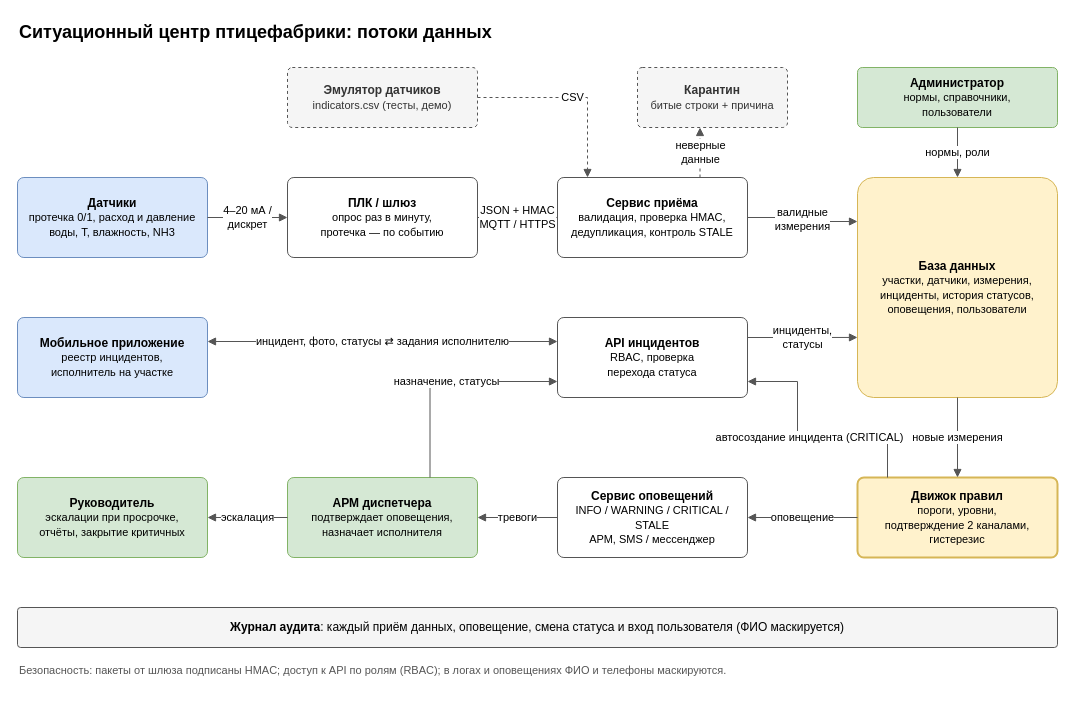
This is page "1. Потоки данных" (1 of 3) of diagrams/schemes.drawio from Gara00700/vpotoke-case4, a draw.io file, before an edit. Source tidied: cells renumbered, new cells numbered last; positions are measured from the earlier drawing's top-left corner, leaving out a move shared by most shapes. Both pictures are drawn from the tidied source at 100%, with x=0, y=0 at pixel (17, 17).
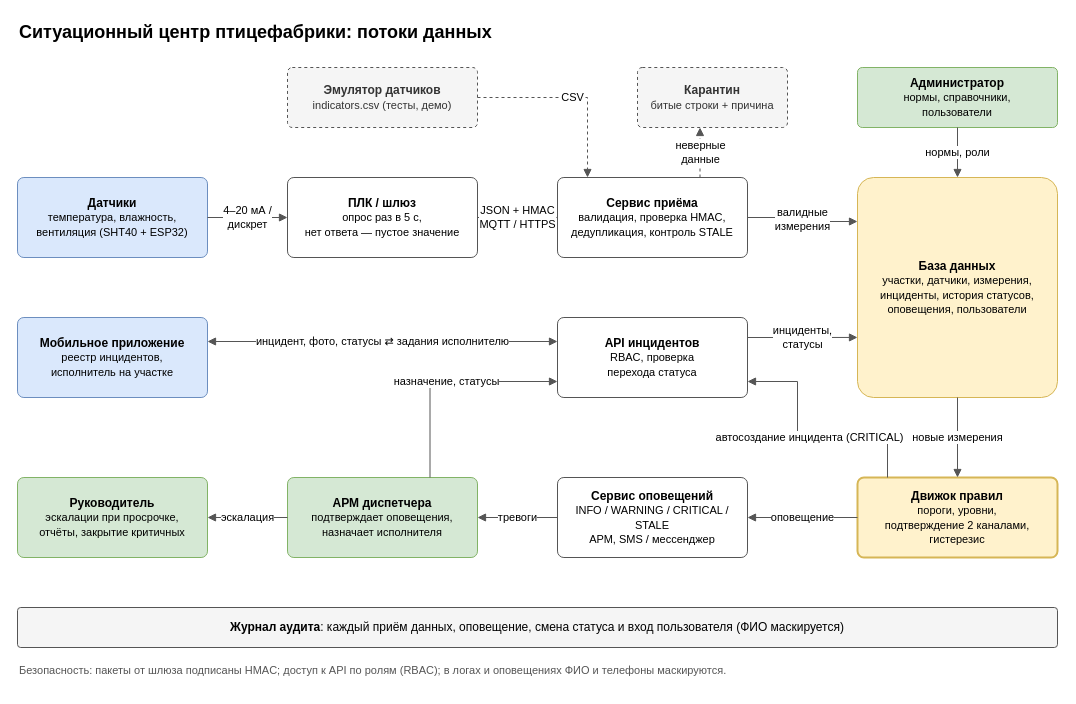
Above is the later version.

Change to the diagram source:
```diff
@@
-    <mxCell id="4" value="&lt;b&gt;Датчики&lt;/b&gt;&lt;br&gt;&lt;font style=&quot;font-size:11px&quot;&gt;протечка 0/1, расход и давление&lt;br&gt;воды, T, влажность, NH3&lt;/font&gt;" style="rounded=1;whiteSpace=wrap;html=1;arcSize=8;fontSize=12;strokeColor=#555555;fillColor=#ffffff;fillColor=#dae8fc;strokeColor=#6c8ebf;" parent="1" vertex="1">
+    <mxCell id="4" value="&lt;b&gt;Датчики&lt;/b&gt;&lt;br&gt;&lt;font style=&quot;font-size:11px&quot;&gt;температура, влажность,&lt;br&gt;вентиляция (SHT40 + ESP32)&lt;/font&gt;" style="rounded=1;whiteSpace=wrap;html=1;arcSize=8;fontSize=12;strokeColor=#555555;fillColor=#ffffff;fillColor=#dae8fc;strokeColor=#6c8ebf;" parent="1" vertex="1">
       <mxGeometry y="160" width="190" height="80" as="geometry" />
     </mxCell>
-    <mxCell id="5" value="&lt;b&gt;ПЛК / шлюз&lt;/b&gt;&lt;br&gt;&lt;font style=&quot;font-size:11px&quot;&gt;опрос раз в минуту,&lt;br&gt;протечка — по событию&lt;/font&gt;" style="rounded=1;whiteSpace=wrap;html=1;arcSize=8;fontSize=12;strokeColor=#555555;fillColor=#ffffff;" parent="1" vertex="1">
+    <mxCell id="5" value="&lt;b&gt;ПЛК / шлюз&lt;/b&gt;&lt;br&gt;&lt;font style=&quot;font-size:11px&quot;&gt;опрос раз в 5 с,&lt;br&gt;нет ответа — пустое значение&lt;/font&gt;" style="rounded=1;whiteSpace=wrap;html=1;arcSize=8;fontSize=12;strokeColor=#555555;fillColor=#ffffff;" parent="1" vertex="1">
       <mxGeometry x="270" y="160" width="190" height="80" as="geometry" />
     </mxCell>
```
